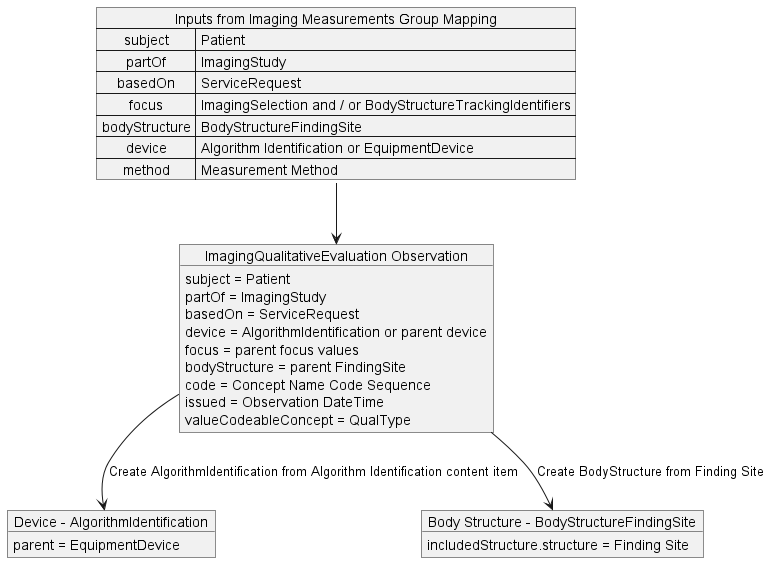
Earlier version of the PlantUML export input/images/imaging_qualitative_evaluation_mapping.png (HL7/dicom-sr).
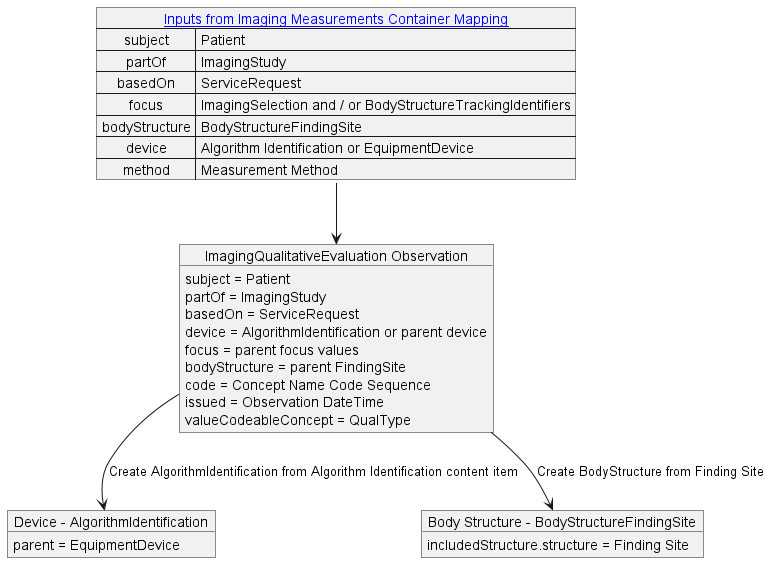
After the change.

The edit, as a diff of the source:
```diff
@@ -1,6 +1,6 @@
 @startuml imaging_qualitative_evaluation_mapping
 
-map "Inputs from Imaging Measurements Group Mapping" as inputs {
+map "[[mapping.html#imaging-measurements-container-mapping Inputs from Imaging Measurements Container Mapping]]" as inputs {
    subject => Patient
    partOf => ImagingStudy
    basedOn => ServiceRequest
```
